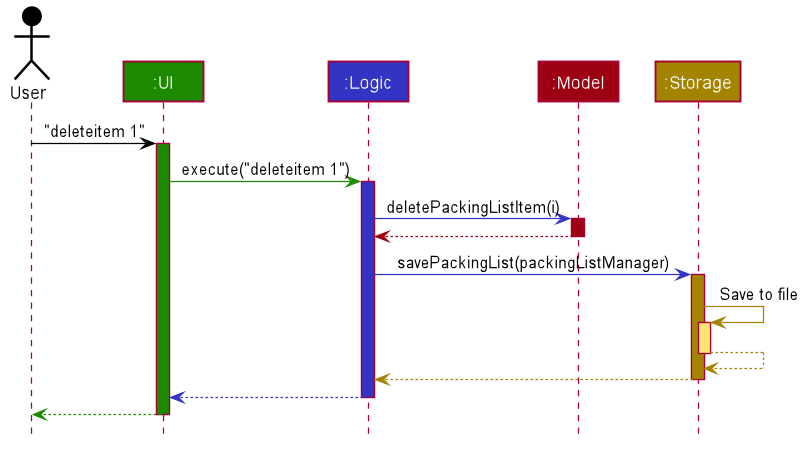
zenatrick/main keeps this PlantUML diagram as docs/images/ArchitectureSequenceDiagram.png. Above is the earlier version.
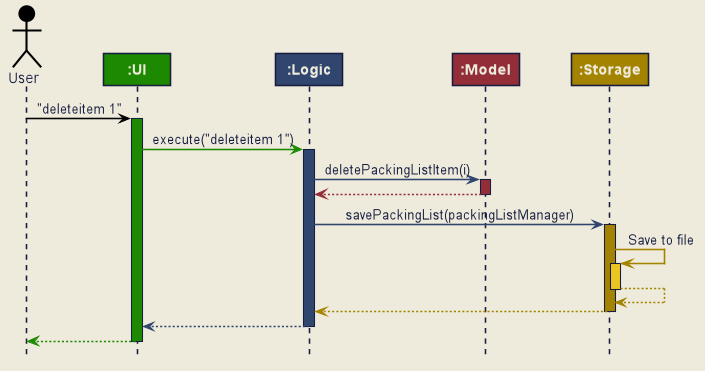
After the commit.

The edit, as a diff of the source:
```diff
@@ -6,17 +6,59 @@
 
 
 
+skinparam BackgroundColor #EEEBDC
+skinparam Shadowing false
+skinparam MinClassWidth 50
+skinparam PackageStyle Rectangle
 
+skinparam Default {
+    FontColor #171D40
+    FontName Arial
+    TextAlignment center
+}
 
-skinparam BackgroundColor #FFFFFFF
+skinparam Participant {
+    Padding 10
+    BorderColor #171D40
+}
 
-skinparam Shadowing false
+skinparam Title {
+    FontColor #171D40
+    FontName Arial
+    FontSize 22
+}
+
+skinparam Arrow {
+    Thickness 1.5
+    Color MidNightBlue
+}
+
+skinparam Note {
+    BackgroundColor #C6EAE3
+    FontColor MidNightBlue
+    BorderColor MidNightBlue
+    BorderThickness 2
+}
 
 skinparam Class {
-    FontColor #FFFFFF
     BorderThickness 1
-    BorderColor #FFFFFF
-    StereotypeFontColor #FFFFFF
+    BorderColor #171D40
+    BackgroundColor #A2E5F9
+    AttributeFontColor MidNightBlue
+    AttributeIconSize 0
+    StereotypeFontColor #171D40
+    StereotypeFontStyle normal
+    FontName Arial
+}
+
+skinparam Object {
+    BorderThickness 2
+    BorderColor #171D40
+    BackgroundColor #C6EAE3
+    AttributeFontColor MidNightBlue
+    AttributeIconSize 0
+    StereotypeFontColor #171D40
+    StereotypeFontStyle normal
     FontName Arial
 }
 
@@ -27,57 +69,70 @@
 }
 
 skinparam Sequence {
-    MessageAlign center
-    BoxFontSize 15
+    LifeLineBackgroundColor #C6EAE3
+    LifeLineBorderColor #171D40
+    LifeLineBorderThickness 1.5
+    MessageAlignment center
+    SequenceParticipantBorderThickness 10
+    ReferenceBackgroundColor #C6EAE3
+    ReferenceBorderColor #171D40
+    TitleFontColor #171D40
+    StereotypeFontStyle normal
+    BoxFontSize 22
+    BoxFontName Arial
+    BoxFontStyle normal
     BoxPadding 0
-    BoxFontColor #FFFFFF
-    FontName Arial
+    BoxBorderColor #EEEBDC
 }
 
 skinparam Participant {
-    FontColor #FFFFFFF
     Padding 20
 }
 
-skinparam MinClassWidth 50
-skinparam ParticipantPadding 10
-skinparam Shadowing false
-skinparam DefaultTextAlignment center
-skinparam packageStyle Rectangle
+skinparam Activity {
+    StartColor #171D40
+    EndColor #171D40
+    BorderThickness 1.5
+    BorderColor #171D40
+    BackgroundColor #A2E5F9
+    DiamondBackgroundColor #A2E5F9
+    DiamondBorderColor #171D40
+}
 
 hide footbox
-hide members
 hide circle
 
+skinparam ParticipantFontColor #EEEBDC
+
 Actor User as user #000000
-Participant ":UI" as ui #1D8900
-Participant ":Logic" as logic #3333C4
-Participant ":Model" as model #9D0012
-Participant ":Storage" as storage #A38300
+Participant "**:UI**" as ui #1D8900
+Participant "**:Logic**" as logic #31466F
+Participant "**:Model**" as model #932E39
+Participant "**:Storage**" as storage #A38300
 
 user -[#000000]> ui : "deleteitem 1"
 activate ui #1D8900
 
 ui -[#1D8900]> logic : execute("deleteitem 1")
-activate logic #3333C4
+activate logic #31466F
 
-logic -[#3333C4]> model : deletePackingListItem(i)
-activate model #9D0012
+logic -[#31466F]> model : deletePackingListItem(i)
+activate model #932E39
 
-model -[#9D0012]-> logic
+model -[#932E39]-> logic
 deactivate model
 
-logic -[#3333C4]> storage : savePackingList(packingListManager)
+logic -[#31466F]> storage : savePackingList(packingListManager)
 activate storage #A38300
 
 storage -[#A38300]> storage : Save to file
-activate storage #FFE374
+activate storage #EDC520
 return
 storage --[#A38300]> logic
 deactivate storage
 deactivate storage
 
-logic --[#3333C4]> ui
+logic --[#31466F]> ui
 deactivate logic
 
 ui--[#1D8900]> user
```
